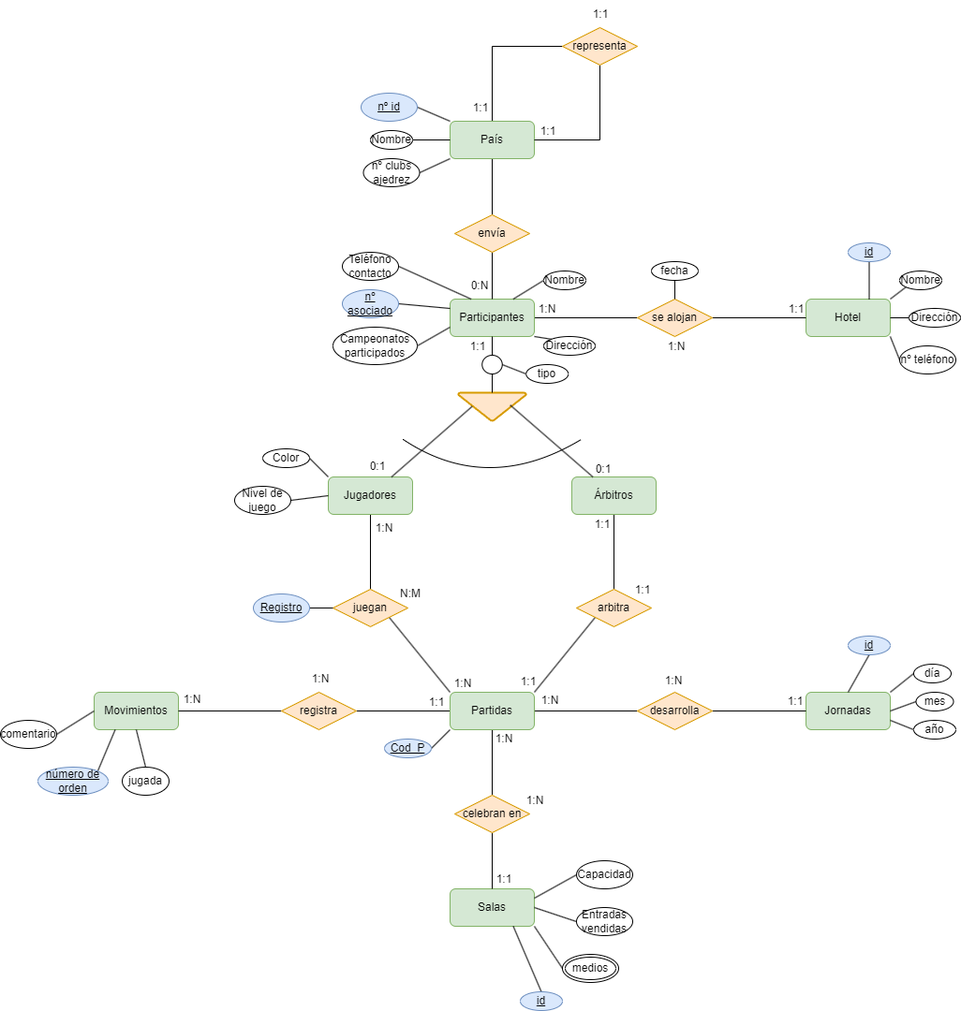
Before: Unidad-1/Tareas/Tareas-evaluables/Tarea-evaluable-2/tarea-evaluable-2.drawio.png, a diagram exported from draw.io (LuisMGlez/base-datos). Source tidied: cells renumbered, new cells last; positions are measured from the earlier drawing's top-left corner, leaving out a move shared by most shapes.
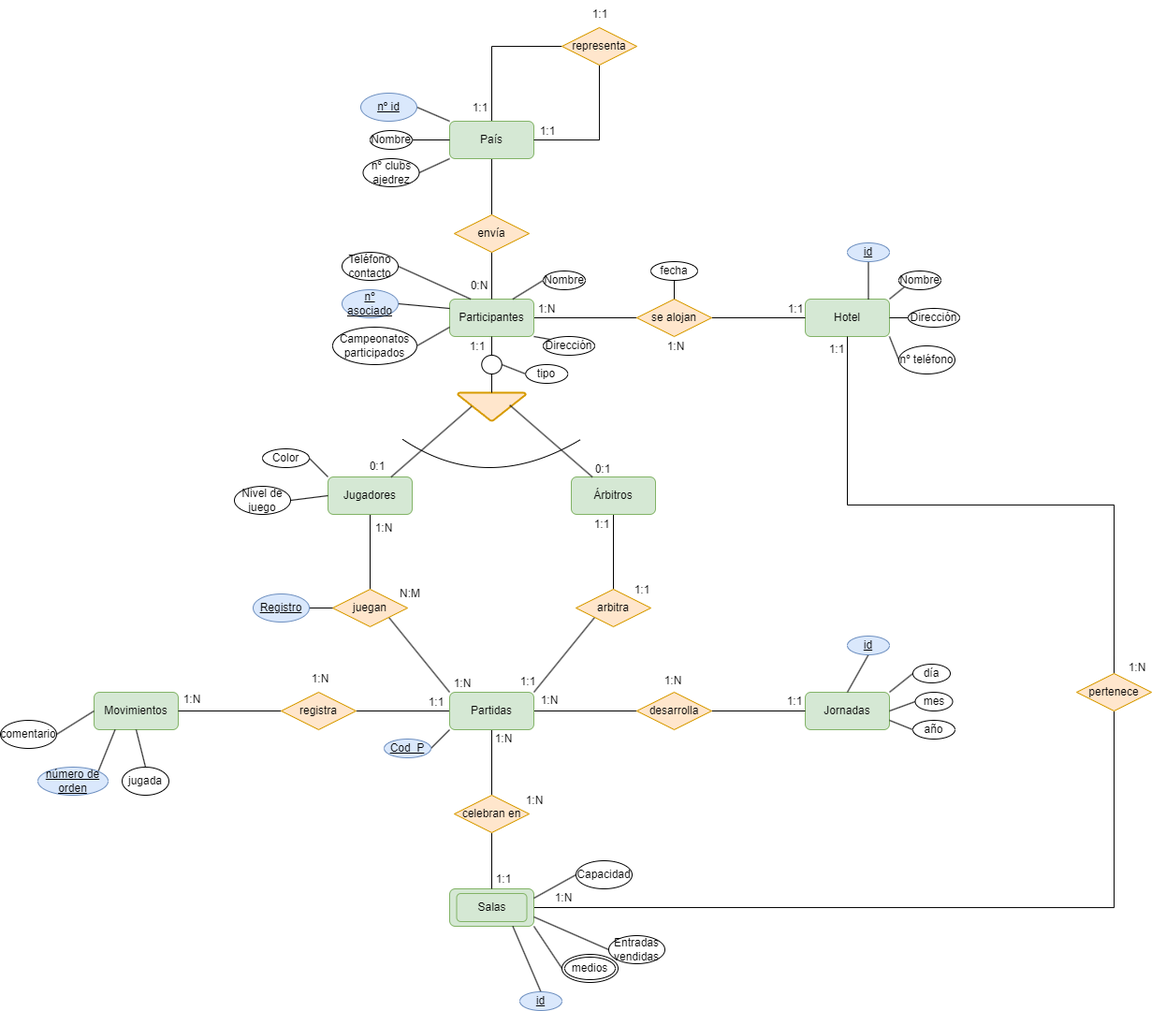
The same diagram one commit later.

Diff of the diagram source:
```diff
@@ -8,6 +8,9 @@
     <mxCell id="3" value="Jugadores" style="rounded=1;whiteSpace=wrap;html=1;fillColor=#d5e8d4;strokeColor=#82b366;" parent="1" vertex="1">
       <mxGeometry x="350" y="509" width="90" height="40" as="geometry" />
     </mxCell>
+    <mxCell id="125" style="edgeStyle=orthogonalEdgeStyle;rounded=0;jettySize=auto;html=1;exitX=1;exitY=0.5;exitDx=0;exitDy=0;entryX=0.5;entryY=1;entryDx=0;entryDy=0;endArrow=none;endFill=0;" parent="1" edge="1" source="4" target="127">
+      <mxGeometry relative="1" as="geometry" />
+    </mxCell>
     <mxCell id="4" value="Salas" style="rounded=1;whiteSpace=wrap;html=1;fillColor=#d5e8d4;strokeColor=#82b366;" parent="1" vertex="1">
       <mxGeometry x="480" y="949" width="90" height="40" as="geometry" />
     </mxCell>
@@ -236,11 +239,11 @@
     <mxCell id="77" value="Capacidad" style="ellipse;whiteSpace=wrap;html=1;" parent="1" vertex="1">
       <mxGeometry x="615" y="919" width="60" height="30" as="geometry" />
     </mxCell>
-    <mxCell id="78" style="rounded=0;jettySize=auto;html=1;exitX=0;exitY=0.5;exitDx=0;exitDy=0;entryX=1;entryY=0.5;entryDx=0;entryDy=0;endArrow=none;endFill=0;" parent="1" edge="1" source="79" target="4">
+    <mxCell id="78" style="rounded=0;jettySize=auto;html=1;exitX=0;exitY=0.5;exitDx=0;exitDy=0;entryX=1;entryY=0.75;entryDx=0;entryDy=0;endArrow=none;endFill=0;" parent="1" edge="1" source="79" target="4">
       <mxGeometry relative="1" as="geometry" />
     </mxCell>
     <mxCell id="79" value="Entradas vendidas" style="ellipse;whiteSpace=wrap;html=1;" parent="1" vertex="1">
-      <mxGeometry x="615" y="969" width="60" height="30" as="geometry" />
+      <mxGeometry x="650" y="999" width="60" height="30" as="geometry" />
     </mxCell>
     <mxCell id="80" style="rounded=0;jettySize=auto;html=1;exitX=0;exitY=0.5;exitDx=0;exitDy=0;entryX=1;entryY=0;entryDx=0;entryDy=0;endArrow=none;endFill=0;" parent="1" edge="1" source="81" target="5">
       <mxGeometry relative="1" as="geometry" />
@@ -377,5 +380,23 @@
     <mxCell id="124" value="1:N" style="text;strokeColor=none;align=center;fillColor=none;html=1;verticalAlign=middle;whiteSpace=wrap;rounded=0;" parent="1" vertex="1">
       <mxGeometry x="312" y="710" width="60" height="30" as="geometry" />
     </mxCell>
+    <mxCell id="126" style="edgeStyle=orthogonalEdgeStyle;rounded=0;jettySize=auto;html=1;exitX=0.5;exitY=0;exitDx=0;exitDy=0;entryX=0.5;entryY=1;entryDx=0;entryDy=0;endArrow=none;endFill=0;" parent="1" edge="1" source="127" target="6">
+      <mxGeometry relative="1" as="geometry" />
+    </mxCell>
+    <mxCell id="127" value="pertenece" style="rhombus;whiteSpace=wrap;html=1;fillColor=#ffe6cc;strokeColor=#d79b00;" parent="1" vertex="1">
+      <mxGeometry x="1150" y="719" width="80" height="40" as="geometry" />
+    </mxCell>
+    <mxCell id="128" value="1:1" style="text;strokeColor=none;align=center;fillColor=none;html=1;verticalAlign=middle;whiteSpace=wrap;rounded=0;" parent="1" vertex="1">
+      <mxGeometry x="864" y="358" width="60" height="30" as="geometry" />
+    </mxCell>
+    <mxCell id="129" value="1:N" style="text;strokeColor=none;align=center;fillColor=none;html=1;verticalAlign=middle;whiteSpace=wrap;rounded=0;" parent="1" vertex="1">
+      <mxGeometry x="572" y="944" width="60" height="30" as="geometry" />
+    </mxCell>
+    <mxCell id="130" value="1:N" style="text;strokeColor=none;align=center;fillColor=none;html=1;verticalAlign=middle;whiteSpace=wrap;rounded=0;" parent="1" vertex="1">
+      <mxGeometry x="1185" y="698" width="60" height="30" as="geometry" />
+    </mxCell>
+    <mxCell id="131" value="Salas" style="rounded=1;whiteSpace=wrap;html=1;fillColor=#d5e8d4;strokeColor=#82b366;" parent="1" vertex="1">
+      <mxGeometry x="487.5" y="954" width="75" height="30" as="geometry" />
+    </mxCell>
   </root>
 </mxGraphModel>
```
